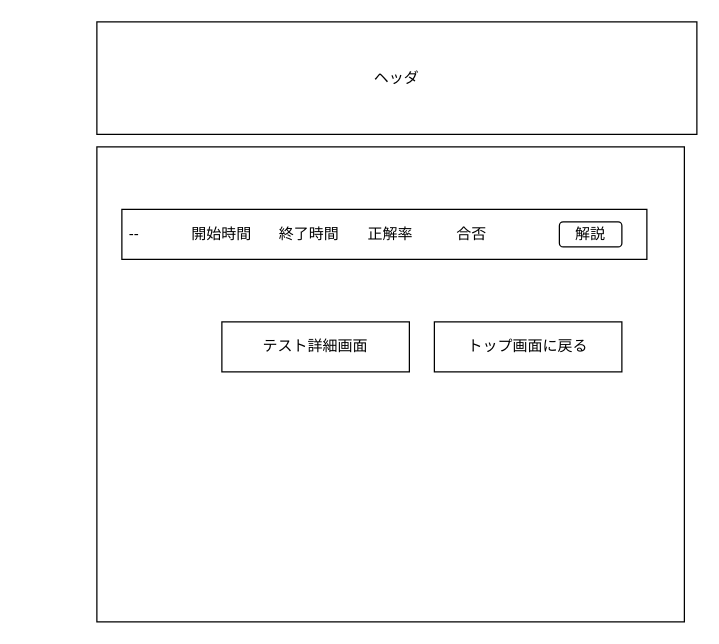
DOJO-2021/A-3 keeps this draw.io diagram as 外部設計DRAWIO/1.3テスト結果簡易表示.drawio. Above is the earlier version. Source tidied: cells renumbered, new cells numbered last; positions are measured from the earlier drawing's top-left corner, leaving out a move shared by most shapes. Both pictures are drawn from the tidied source at 125%, with x=0, y=0 at pixel (96, 21).
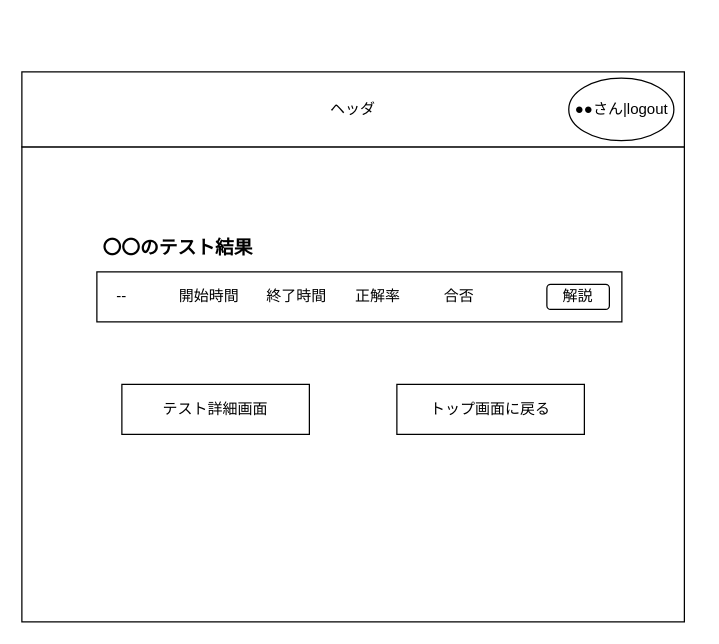
Above is the later version.

Change to the diagram source:
```diff
@@
 <mxGraphModel>
   <root>
     <mxCell id="0" />
     <mxCell id="1" parent="0" />
-    <mxCell id="2" value="ヘッダ" style="rounded=0;whiteSpace=wrap;html=1;" parent="1" vertex="1">
-      <mxGeometry width="480" height="90" as="geometry" />
-    </mxCell>
     <mxCell id="3" style="rounded=0;whiteSpace=wrap;html=1;" parent="1" vertex="1">
-      <mxGeometry y="100" width="470" height="380" as="geometry" />
+      <mxGeometry x="-60" y="100" width="530" height="380" as="geometry" />
     </mxCell>
-    <mxCell id="4" style="rounded=0;whiteSpace=wrap;html=1;" parent="1" vertex="1">
-      <mxGeometry x="20" y="150" width="420" height="40" as="geometry" />
-    </mxCell>
     <mxCell id="5" value="テスト詳細画面" style="rounded=0;whiteSpace=wrap;html=1;" parent="1" vertex="1">
-      <mxGeometry x="100" y="240" width="150" height="40" as="geometry" />
+      <mxGeometry x="20" y="290" width="150" height="40" as="geometry" />
     </mxCell>
     <mxCell id="6" value="トップ画面に戻る" style="rounded=0;whiteSpace=wrap;html=1;" parent="1" vertex="1">
-      <mxGeometry x="270" y="240" width="150" height="40" as="geometry" />
+      <mxGeometry x="240" y="290" width="150" height="40" as="geometry" />
     </mxCell>
+    <mxCell id="13" style="group;" parent="1" vertex="1">
+      <mxGeometry x="-60" y="40" width="530" height="60" as="geometry" />
+    </mxCell>
+    <mxCell id="14" style="group;" parent="13" vertex="1">
+      <mxGeometry width="530" height="60" as="geometry" />
+    </mxCell>
+    <mxCell id="15" style="group;" parent="14" vertex="1">
+      <mxGeometry width="530" height="60" as="geometry" />
+    </mxCell>
+    <mxCell id="16" style="group;" parent="15" vertex="1">
+      <mxGeometry width="530" height="60" as="geometry" />
+    </mxCell>
+    <mxCell id="2" value="ヘッダ" style="rounded=0;whiteSpace=wrap;html=1;" parent="16" vertex="1">
+      <mxGeometry width="530" height="60" as="geometry" />
+    </mxCell>
+    <mxCell id="17" value="●●さん|logout" style="ellipse;whiteSpace=wrap;html=1;fontSize=12;" parent="16" vertex="1">
+      <mxGeometry x="437.5" y="5" width="84.1" height="50" as="geometry" />
+    </mxCell>
+    <mxCell id="18" style="group;" parent="1" vertex="1">
+      <mxGeometry x="-10" y="200" width="430" height="40" as="geometry" />
+    </mxCell>
+    <mxCell id="4" style="rounded=0;whiteSpace=wrap;html=1;" parent="18" vertex="1">
+      <mxGeometry x="10" width="420" height="40" as="geometry" />
+    </mxCell>
-    <mxCell id="7" value="開始時間" style="text;html=1;strokeColor=none;fillColor=none;align=center;verticalAlign=middle;whiteSpace=wrap;rounded=0;" parent="1" vertex="1">
-      <mxGeometry x="70" y="160" width="60" height="20" as="geometry" />
+    <mxCell id="7" value="開始時間" style="text;html=1;strokeColor=none;fillColor=none;align=center;verticalAlign=middle;whiteSpace=wrap;rounded=0;" parent="18" vertex="1">
+      <mxGeometry x="70" y="10" width="60" height="20" as="geometry" />
     </mxCell>
-    <mxCell id="8" value="終了時間" style="text;html=1;strokeColor=none;fillColor=none;align=center;verticalAlign=middle;whiteSpace=wrap;rounded=0;" parent="1" vertex="1">
-      <mxGeometry x="140" y="160" width="60" height="20" as="geometry" />
+    <mxCell id="8" value="終了時間" style="text;html=1;strokeColor=none;fillColor=none;align=center;verticalAlign=middle;whiteSpace=wrap;rounded=0;" parent="18" vertex="1">
+      <mxGeometry x="140" y="10" width="60" height="20" as="geometry" />
     </mxCell>
-    <mxCell id="9" value="正解率" style="text;html=1;strokeColor=none;fillColor=none;align=center;verticalAlign=middle;whiteSpace=wrap;rounded=0;" parent="1" vertex="1">
-      <mxGeometry x="205" y="160" width="60" height="20" as="geometry" />
+    <mxCell id="9" value="正解率" style="text;html=1;strokeColor=none;fillColor=none;align=center;verticalAlign=middle;whiteSpace=wrap;rounded=0;" parent="18" vertex="1">
+      <mxGeometry x="205" y="10" width="60" height="20" as="geometry" />
     </mxCell>
-    <mxCell id="10" value="合否" style="text;html=1;strokeColor=none;fillColor=none;align=center;verticalAlign=middle;whiteSpace=wrap;rounded=0;" parent="1" vertex="1">
-      <mxGeometry x="270" y="160" width="60" height="20" as="geometry" />
+    <mxCell id="10" value="合否" style="text;html=1;strokeColor=none;fillColor=none;align=center;verticalAlign=middle;whiteSpace=wrap;rounded=0;" parent="18" vertex="1">
+      <mxGeometry x="270" y="10" width="60" height="20" as="geometry" />
     </mxCell>
-    <mxCell id="11" value="--" style="text;html=1;strokeColor=none;fillColor=none;align=center;verticalAlign=middle;whiteSpace=wrap;rounded=0;" parent="1" vertex="1">
-      <mxGeometry y="160" width="60" height="20" as="geometry" />
+    <mxCell id="11" value="--" style="text;html=1;strokeColor=none;fillColor=none;align=center;verticalAlign=middle;whiteSpace=wrap;rounded=0;" parent="18" vertex="1">
+      <mxGeometry y="10" width="60" height="20" as="geometry" />
     </mxCell>
-    <mxCell id="12" value="解説" style="rounded=1;whiteSpace=wrap;html=1;" parent="1" vertex="1">
-      <mxGeometry x="370" y="160" width="50" height="20" as="geometry" />
+    <mxCell id="12" value="解説" style="rounded=1;whiteSpace=wrap;html=1;" parent="18" vertex="1">
+      <mxGeometry x="370" y="10" width="50" height="20" as="geometry" />
     </mxCell>
+    <mxCell id="19" value="&lt;b&gt;&lt;font style=&quot;font-size: 15px&quot;&gt;〇〇のテスト結果&lt;/font&gt;&lt;/b&gt;" style="text;html=1;strokeColor=none;fillColor=none;align=center;verticalAlign=middle;whiteSpace=wrap;rounded=0;" parent="1" vertex="1">
+      <mxGeometry y="170" width="130" height="20" as="geometry" />
+    </mxCell>
   </root>
 </mxGraphModel>
```
